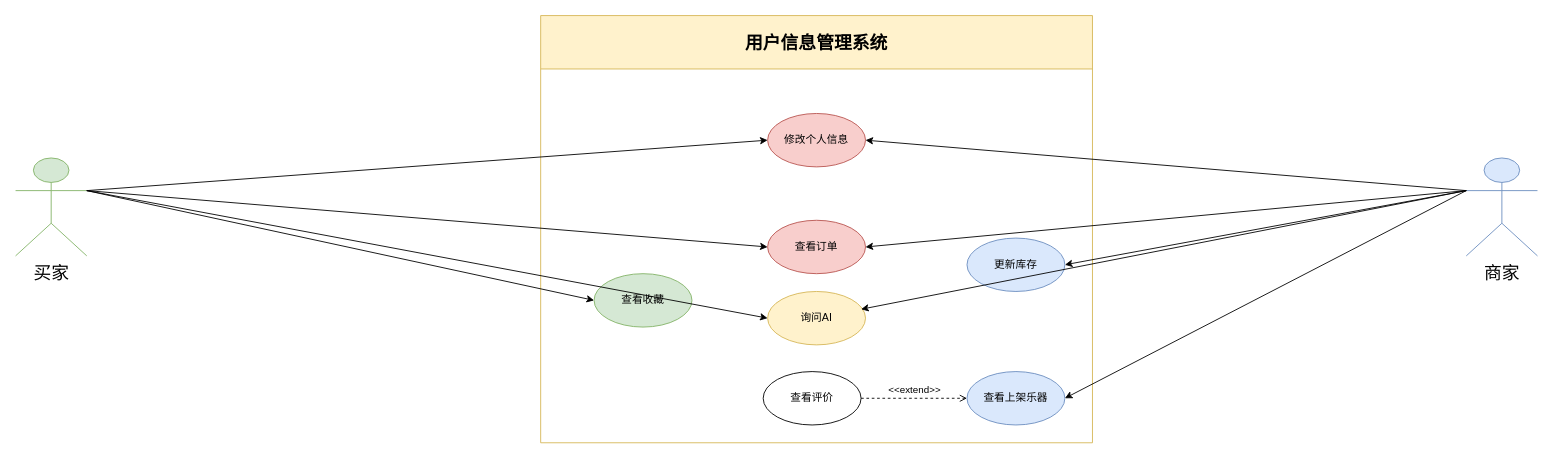
The draw.io diagram 文档/需求分析规约文档/用例图/用户信息管理系统.drawio in w1ntercube/TJ-SE-Design, before the edit. Source tidied: cells renumbered, new cells numbered last; positions are measured from the earlier drawing's top-left corner, leaving out a move shared by most shapes. Both pictures are drawn from the tidied source at 89%, with x=0, y=0 at pixel (15, 15).
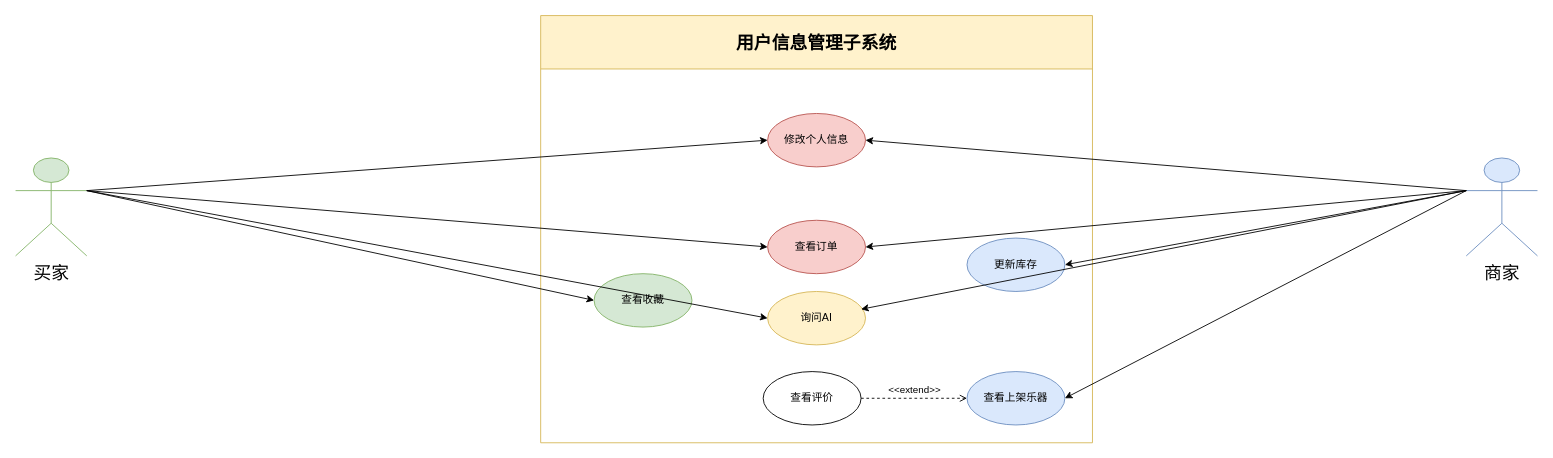
The same diagram, later.

What changed in the source:
```diff
@@
-    <mxCell id="4" value="&lt;span style=&quot;font-size: 20px;&quot;&gt;用户信息管理系统&lt;/span&gt;" style="swimlane;whiteSpace=wrap;html=1;fillColor=#fff2cc;strokeColor=#d6b656;startSize=60;" parent="1" vertex="1">
+    <mxCell id="4" value="&lt;span style=&quot;font-size: 20px;&quot;&gt;用户信息管理子系统&lt;/span&gt;" style="swimlane;whiteSpace=wrap;html=1;fillColor=#fff2cc;strokeColor=#d6b656;startSize=60;" parent="1" vertex="1">
       <mxGeometry x="590" width="620" height="480" as="geometry" />
     </mxCell>
```
